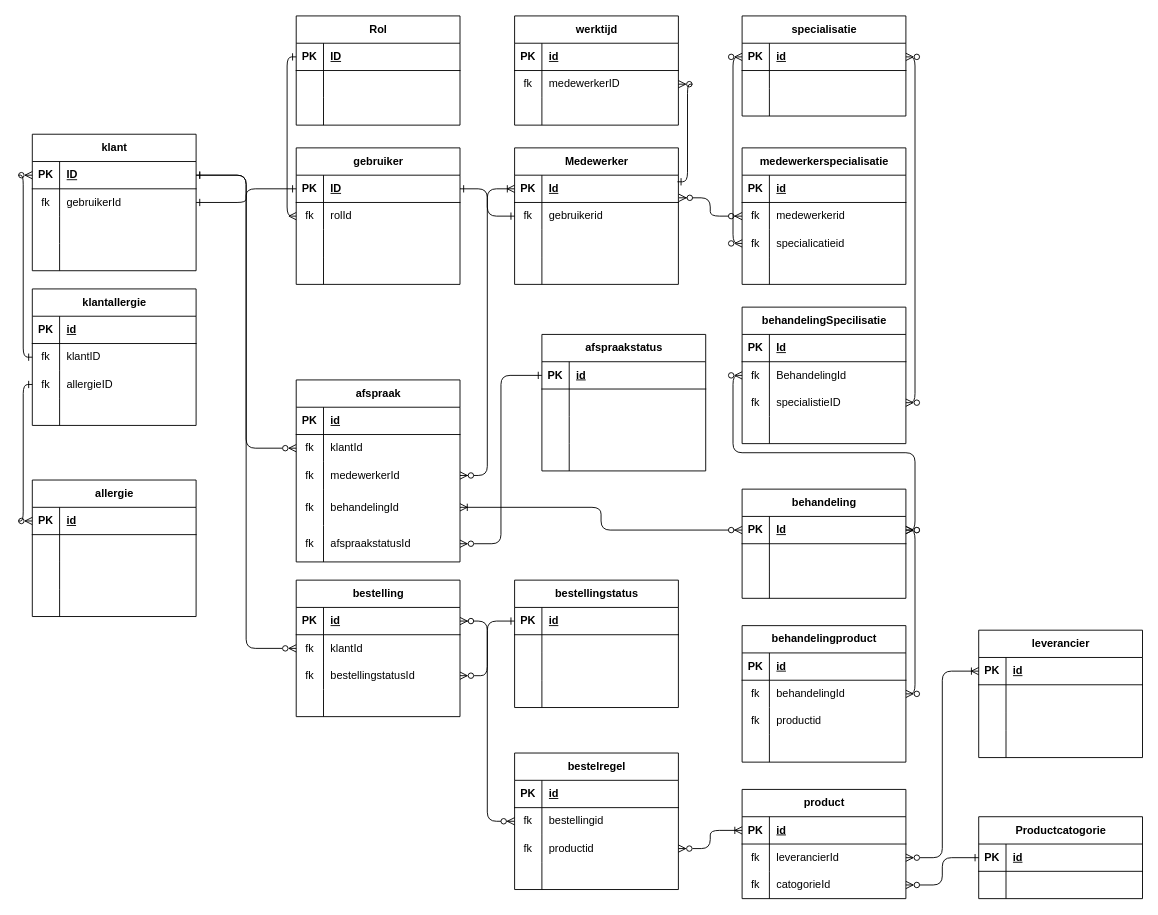
The draw.io diagram docs/Erd.drawio in seppanhuis/kniploket, before the edit. Source tidied: cells renumbered, new cells numbered last; positions are measured from the earlier drawing's top-left corner, leaving out a move shared by most shapes. Both pictures are drawn from the tidied source at 91%, with x=0, y=0 at pixel (32, 15).
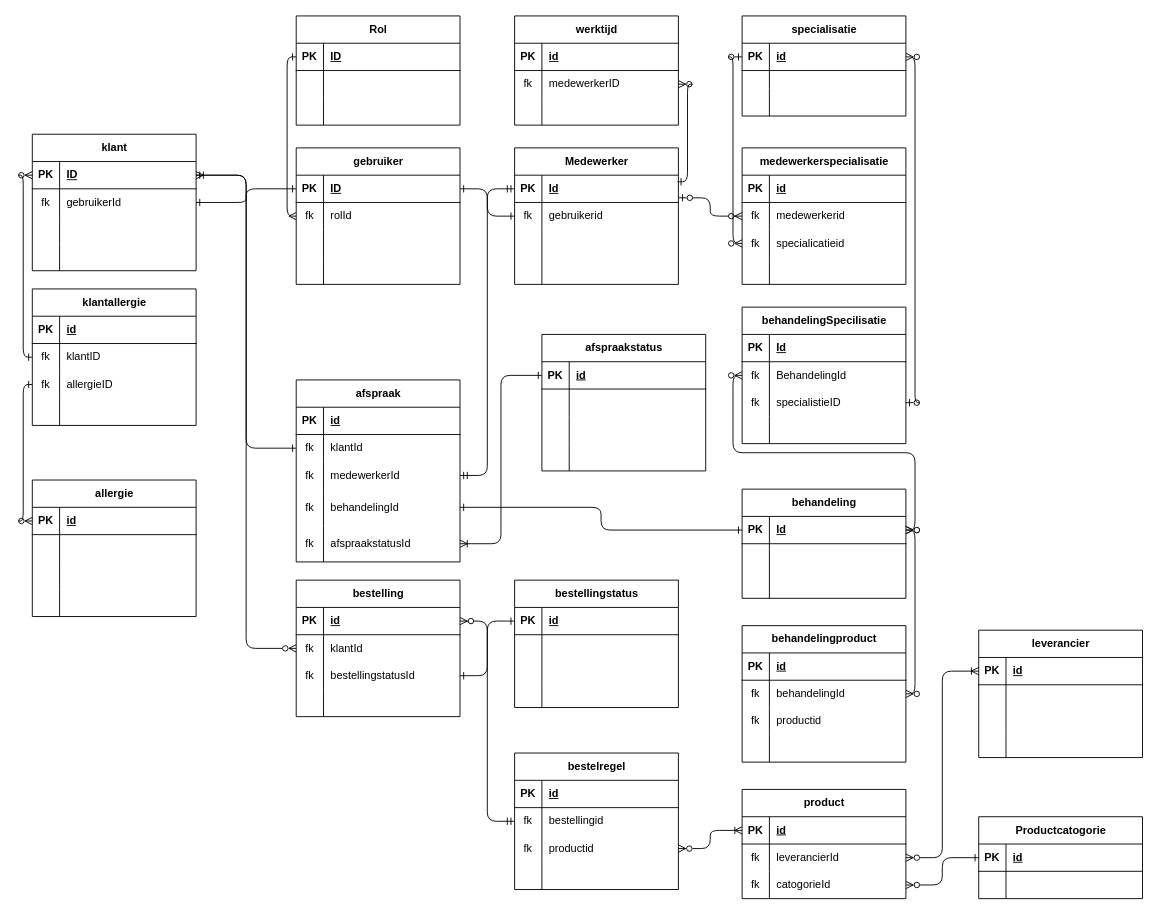
The same page after the edit.

Commit message (it also covers changes not shown here):
erd verbeterd

Unchanged cells that the change refers to:
```xml
<mxCell id="13" style="shape=tableRow;horizontal=0;startSize=0;swimlaneHead=0;swimlaneBody=0;fillColor=none;points=[[0,0.5],[1,0.5]];portConstraint=eastwest;top=0;left=0;right=0;bottom=1;" parent="12" vertex="1">
  <mxGeometry y="30" width="180" height="30" as="geometry" />
</mxCell>
<mxCell id="39" style="shape=tableRow;horizontal=0;startSize=0;swimlaneHead=0;swimlaneBody=0;fillColor=none;points=[[0,0.5],[1,0.5]];portConstraint=eastwest;top=0;left=0;right=0;bottom=1;" parent="38" vertex="1">
  <mxGeometry y="30" width="180" height="30" as="geometry" />
</mxCell>
<mxCell id="88" style="shape=tableRow;horizontal=0;startSize=0;swimlaneHead=0;swimlaneBody=0;fillColor=none;points=[[0,0.5],[1,0.5]];portConstraint=eastwest;top=0;left=0;right=0;bottom=1;" parent="87" vertex="1">
  <mxGeometry y="30" width="180" height="30" as="geometry" />
</mxCell>
<mxCell id="98" style="shape=tableRow;horizontal=0;startSize=0;swimlaneHead=0;swimlaneBody=0;fillColor=none;points=[[0,0.5],[1,0.5]];portConstraint=eastwest;top=0;left=0;right=0;bottom=1;" parent="97" vertex="1">
  <mxGeometry y="30" width="180" height="30" as="geometry" />
</mxCell>
<mxCell id="114" style="shape=tableRow;horizontal=0;startSize=0;swimlaneHead=0;swimlaneBody=0;fillColor=none;points=[[0,0.5],[1,0.5]];portConstraint=eastwest;top=0;left=0;right=0;bottom=0;" parent="107" vertex="1">
  <mxGeometry y="90" width="180" height="30" as="geometry" />
</mxCell>
<mxCell id="167" style="shape=tableRow;horizontal=0;startSize=0;swimlaneHead=0;swimlaneBody=0;fillColor=none;points=[[0,0.5],[1,0.5]];portConstraint=eastwest;top=0;left=0;right=0;bottom=0;" parent="163" vertex="1">
  <mxGeometry y="60" width="180" height="30" as="geometry" />
</mxCell>
<mxCell id="177" style="shape=tableRow;horizontal=0;startSize=0;swimlaneHead=0;swimlaneBody=0;fillColor=none;points=[[0,0.5],[1,0.5]];portConstraint=eastwest;top=0;left=0;right=0;bottom=1;" parent="176" vertex="1">
  <mxGeometry y="30" width="180" height="30" as="geometry" />
</mxCell>
<mxCell id="190" style="shape=tableRow;horizontal=0;startSize=0;swimlaneHead=0;swimlaneBody=0;fillColor=none;points=[[0,0.5],[1,0.5]];portConstraint=eastwest;top=0;left=0;right=0;bottom=1;" parent="189" vertex="1">
  <mxGeometry y="30" width="180" height="30" as="geometry" />
</mxCell>
<mxCell id="206" style="shape=tableRow;horizontal=0;startSize=0;swimlaneHead=0;swimlaneBody=0;fillColor=none;points=[[0,0.5],[1,0.5]];portConstraint=eastwest;top=0;left=0;right=0;bottom=0;" parent="202" vertex="1">
  <mxGeometry y="60" width="180" height="30" as="geometry" />
</mxCell>
<mxCell id="209" style="shape=tableRow;horizontal=0;startSize=0;swimlaneHead=0;swimlaneBody=0;fillColor=none;points=[[0,0.5],[1,0.5]];portConstraint=eastwest;top=0;left=0;right=0;bottom=0;" parent="202" vertex="1">
  <mxGeometry y="90" width="180" height="30" as="geometry" />
</mxCell>
<mxCell id="212" style="shape=tableRow;horizontal=0;startSize=0;swimlaneHead=0;swimlaneBody=0;fillColor=none;points=[[0,0.5],[1,0.5]];portConstraint=eastwest;top=0;left=0;right=0;bottom=0;" parent="202" vertex="1">
  <mxGeometry y="120" width="180" height="40" as="geometry" />
</mxCell>
<mxCell id="215" style="shape=tableRow;horizontal=0;startSize=0;swimlaneHead=0;swimlaneBody=0;fillColor=none;points=[[0,0.5],[1,0.5]];portConstraint=eastwest;top=0;left=0;right=0;bottom=0;" parent="202" vertex="1">
  <mxGeometry y="160" width="180" height="40" as="geometry" />
</mxCell>
<mxCell id="219" style="shape=tableRow;horizontal=0;startSize=0;swimlaneHead=0;swimlaneBody=0;fillColor=none;points=[[0,0.5],[1,0.5]];portConstraint=eastwest;top=0;left=0;right=0;bottom=1;" parent="218" vertex="1">
  <mxGeometry y="30" width="180" height="30" as="geometry" />
</mxCell>
<mxCell id="225" style="shape=tableRow;horizontal=0;startSize=0;swimlaneHead=0;swimlaneBody=0;fillColor=none;points=[[0,0.5],[1,0.5]];portConstraint=eastwest;top=0;left=0;right=0;bottom=0;" parent="218" vertex="1">
  <mxGeometry y="90" width="180" height="30" as="geometry" />
</mxCell>
<mxCell id="241" style="shape=tableRow;horizontal=0;startSize=0;swimlaneHead=0;swimlaneBody=0;fillColor=none;points=[[0,0.5],[1,0.5]];portConstraint=eastwest;top=0;left=0;right=0;bottom=0;" parent="237" vertex="1">
  <mxGeometry y="60" width="180" height="30" as="geometry" />
</mxCell>
<mxCell id="244" style="shape=tableRow;horizontal=0;startSize=0;swimlaneHead=0;swimlaneBody=0;fillColor=none;points=[[0,0.5],[1,0.5]];portConstraint=eastwest;top=0;left=0;right=0;bottom=0;" parent="237" vertex="1">
  <mxGeometry y="90" width="180" height="30" as="geometry" />
</mxCell>
```

The edit, as a diff of the source:
```diff
@@
-    <mxCell id="250" style="edgeStyle=orthogonalEdgeStyle;fontSize=12;html=1;endArrow=ERzeroToMany;endFill=1;startArrow=ERzeroToMany;entryX=0;entryY=0.5;entryDx=0;entryDy=0;exitX=1.003;exitY=0.829;exitDx=0;exitDy=0;exitPerimeter=0;" parent="1" edge="1" source="39" target="241">
+    <mxCell id="250" style="edgeStyle=orthogonalEdgeStyle;fontSize=12;html=1;endArrow=ERzeroToMany;endFill=1;startArrow=ERzeroToOne;entryX=0;entryY=0.5;entryDx=0;entryDy=0;exitX=1.003;exitY=0.829;exitDx=0;exitDy=0;exitPerimeter=0;startFill=0;" parent="1" edge="1" source="39" target="241">
       <mxGeometry relative="1" as="geometry" />
     </mxCell>
-    <mxCell id="251" style="edgeStyle=orthogonalEdgeStyle;fontSize=12;html=1;endArrow=ERzeroToMany;endFill=1;startArrow=ERzeroToMany;exitX=0;exitY=0.5;exitDx=0;exitDy=0;entryX=0;entryY=0.5;entryDx=0;entryDy=0;" parent="1" edge="1" source="244" target="88">
+    <mxCell id="251" style="edgeStyle=orthogonalEdgeStyle;fontSize=12;html=1;endArrow=ERzeroToOne;endFill=0;startArrow=ERzeroToMany;exitX=0;exitY=0.5;exitDx=0;exitDy=0;entryX=0;entryY=0.5;entryDx=0;entryDy=0;" parent="1" edge="1" source="244" target="88">
       <mxGeometry relative="1" as="geometry" />
     </mxCell>
-    <mxCell id="252" style="edgeStyle=orthogonalEdgeStyle;fontSize=12;html=1;endArrow=ERzeroToMany;endFill=1;startArrow=ERzeroToMany;entryX=1;entryY=0.5;entryDx=0;entryDy=0;exitX=1;exitY=0.5;exitDx=0;exitDy=0;" parent="1" edge="1" source="114" target="88">
+    <mxCell id="252" style="edgeStyle=orthogonalEdgeStyle;fontSize=12;html=1;endArrow=ERzeroToMany;endFill=1;startArrow=ERzeroToOne;entryX=1;entryY=0.5;entryDx=0;entryDy=0;exitX=1;exitY=0.5;exitDx=0;exitDy=0;startFill=0;" parent="1" edge="1" source="114" target="88">
       <mxGeometry relative="1" as="geometry" />
     </mxCell>
@@
-    <mxCell id="254" style="edgeStyle=orthogonalEdgeStyle;fontSize=12;html=1;endArrow=ERoneToMany;startArrow=ERzeroToMany;exitX=0;exitY=0.5;exitDx=0;exitDy=0;" parent="1" edge="1" source="98" target="212">
+    <mxCell id="254" style="edgeStyle=orthogonalEdgeStyle;fontSize=12;html=1;endArrow=ERone;startArrow=ERone;exitX=0;exitY=0.5;exitDx=0;exitDy=0;endFill=0;startFill=0;" parent="1" edge="1" source="98" target="212">
       <mxGeometry relative="1" as="geometry" />
     </mxCell>
-    <mxCell id="255" style="edgeStyle=orthogonalEdgeStyle;fontSize=12;html=1;endArrow=ERone;endFill=0;entryX=1;entryY=0.5;entryDx=0;entryDy=0;exitX=0;exitY=0.5;exitDx=0;exitDy=0;startArrow=ERzeroToMany;startFill=0;" parent="1" edge="1" source="206" target="13">
+    <mxCell id="255" style="edgeStyle=orthogonalEdgeStyle;fontSize=12;html=1;endArrow=ERoneToMany;endFill=0;entryX=1;entryY=0.5;entryDx=0;entryDy=0;exitX=0;exitY=0.5;exitDx=0;exitDy=0;startArrow=ERone;startFill=0;" parent="1" edge="1" source="206" target="13">
       <mxGeometry relative="1" as="geometry" />
     </mxCell>
-    <mxCell id="256" style="edgeStyle=orthogonalEdgeStyle;fontSize=12;html=1;endArrow=ERoneToMany;endFill=0;startArrow=ERzeroToMany;exitX=1;exitY=0.5;exitDx=0;exitDy=0;entryX=0;entryY=0.5;entryDx=0;entryDy=0;" parent="1" edge="1" source="209" target="39">
+    <mxCell id="256" style="edgeStyle=orthogonalEdgeStyle;fontSize=12;html=1;endArrow=ERmandOne;endFill=0;startArrow=ERmandOne;exitX=1;exitY=0.5;exitDx=0;exitDy=0;entryX=0;entryY=0.5;entryDx=0;entryDy=0;startFill=0;" parent="1" edge="1" source="209" target="39">
       <mxGeometry relative="1" as="geometry" />
     </mxCell>
-    <mxCell id="257" style="edgeStyle=orthogonalEdgeStyle;fontSize=12;html=1;endArrow=ERzeroToMany;startArrow=ERone;exitX=0;exitY=0.5;exitDx=0;exitDy=0;entryX=1;entryY=0.5;entryDx=0;entryDy=0;startFill=0;endFill=0;" parent="1" edge="1" source="177" target="215">
+    <mxCell id="257" style="edgeStyle=orthogonalEdgeStyle;fontSize=12;html=1;endArrow=ERoneToMany;startArrow=ERone;exitX=0;exitY=0.5;exitDx=0;exitDy=0;entryX=1;entryY=0.5;entryDx=0;entryDy=0;startFill=0;endFill=0;" parent="1" edge="1" source="177" target="215">
       <mxGeometry relative="1" as="geometry" />
     </mxCell>
@@
-    <mxCell id="259" style="edgeStyle=orthogonalEdgeStyle;fontSize=12;html=1;endArrow=ERzeroToMany;startArrow=ERone;exitX=0;exitY=0.5;exitDx=0;exitDy=0;startFill=0;endFill=0;" parent="1" edge="1" source="190" target="225">
+    <mxCell id="259" style="edgeStyle=orthogonalEdgeStyle;fontSize=12;html=1;endArrow=ERone;startArrow=ERone;exitX=0;exitY=0.5;exitDx=0;exitDy=0;startFill=0;endFill=0;" parent="1" edge="1" source="190" target="225">
       <mxGeometry relative="1" as="geometry" />
     </mxCell>
@@
-    <mxCell id="261" style="edgeStyle=orthogonalEdgeStyle;fontSize=12;html=1;endArrow=ERzeroToMany;endFill=1;startArrow=ERzeroToMany;exitX=0;exitY=0.5;exitDx=0;exitDy=0;entryX=1;entryY=0.5;entryDx=0;entryDy=0;" parent="1" edge="1" source="167" target="219">
+    <mxCell id="261" style="edgeStyle=orthogonalEdgeStyle;fontSize=12;html=1;endArrow=ERzeroToMany;endFill=1;startArrow=ERmandOne;exitX=0;exitY=0.5;exitDx=0;exitDy=0;entryX=1;entryY=0.5;entryDx=0;entryDy=0;startFill=0;" parent="1" edge="1" source="167" target="219">
       <mxGeometry relative="1" as="geometry" />
     </mxCell>
```
